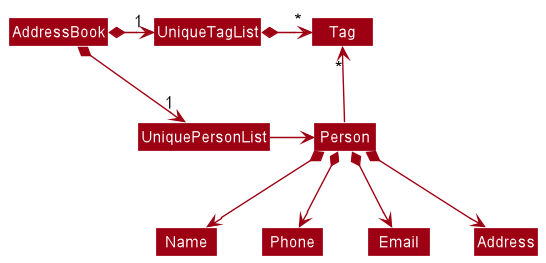
This is docs/images/BetterModelClassDiagram.png from nus-cs2103-AY2223S1/tp, a PlantUML export, as it was before one commit.
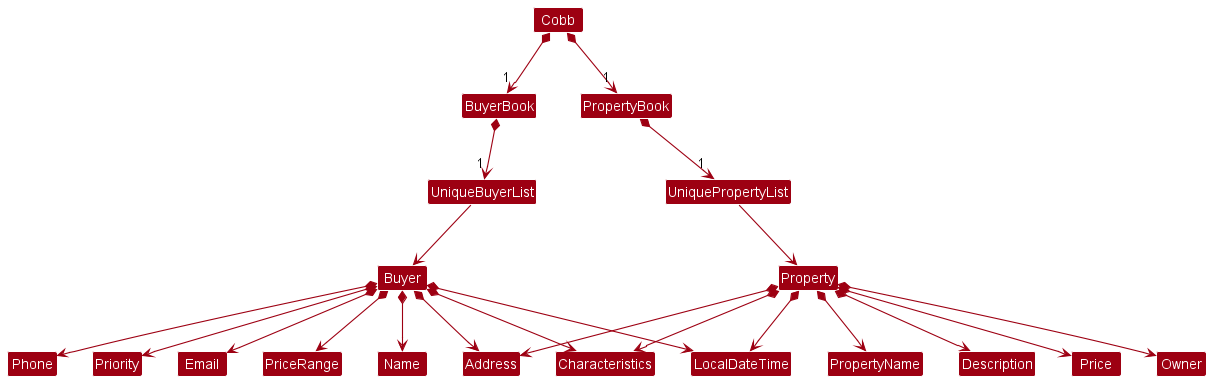
Later version of the same file.

Commit message:
Update model component

Change to the diagram source:
```diff
@@ -4,18 +4,29 @@
 skinparam arrowColor MODEL_COLOR
 skinparam classBackgroundColor MODEL_COLOR
 
-AddressBook *-right-> "1" UniquePersonList
-AddressBook *-right-> "1" UniqueTagList
-UniqueTagList -[hidden]down- UniquePersonList
-UniqueTagList -[hidden]down- UniquePersonList
+Cobb *-down-> "1" BuyerBook
+Cobb *-down-> "1" PropertyBook
+BuyerBook *-down-> "1" UniqueBuyerList
+PropertyBook *-down-> "1" UniquePropertyList
 
-UniqueTagList *-right-> "*" Tag
-UniquePersonList -right-> Person
 
-Person -up-> "*" Tag
 
-Person *--> Name
-Person *--> Phone
-Person *--> Email
-Person *--> Address
+UniqueBuyerList -down-> Buyer
+UniquePropertyList -down-> Property
+
+Buyer *--> Name
+Buyer *--> Phone
+Buyer *--> Priority
+Buyer *--> Email
+Buyer *--> PriceRange
+Buyer *--> Address
+Buyer *--> Characteristics
+Buyer *--> LocalDateTime
+Property *--> Address
+Property *--> Characteristics
+Property *--> LocalDateTime
+Property *--> PropertyName
+Property *--> Description
+Property *--> Price
+Property *--> Owner
 @enduml
```
